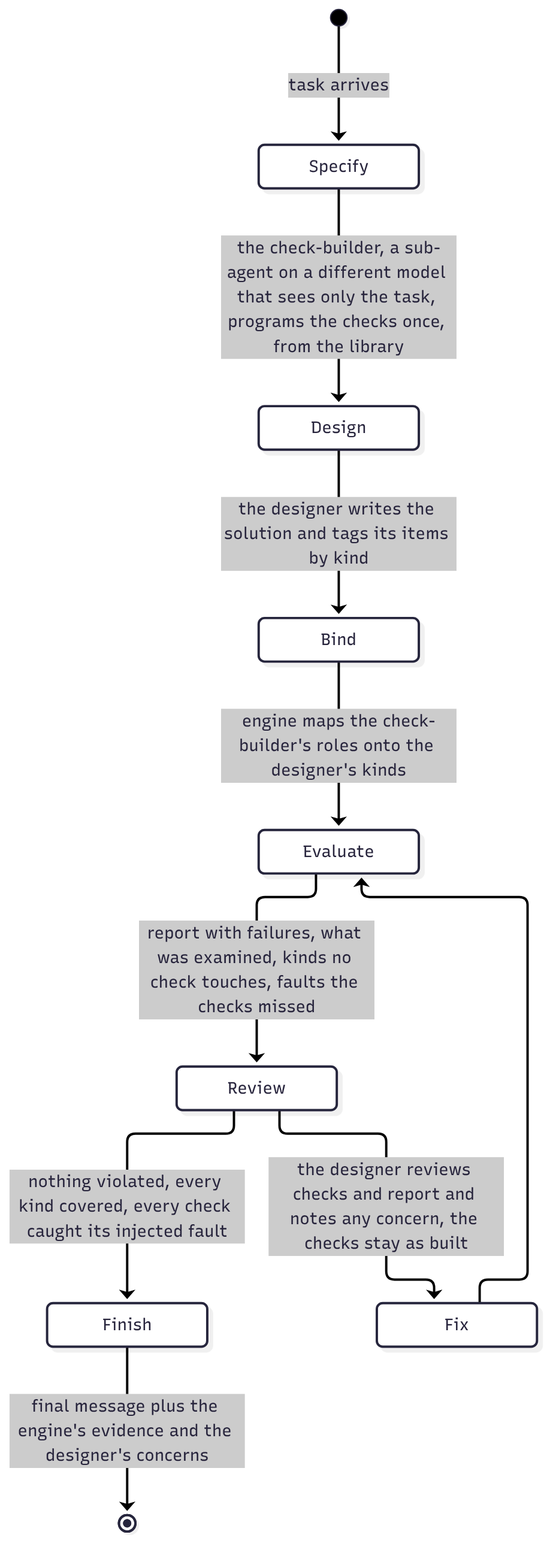
Above: docs/figures/fig4-structured-workflow.png in SophusRosendahl/ple-submission (Mermaid), before the change. Its source is kept beside it as docs/figures/fig4-structured-workflow.mmd.
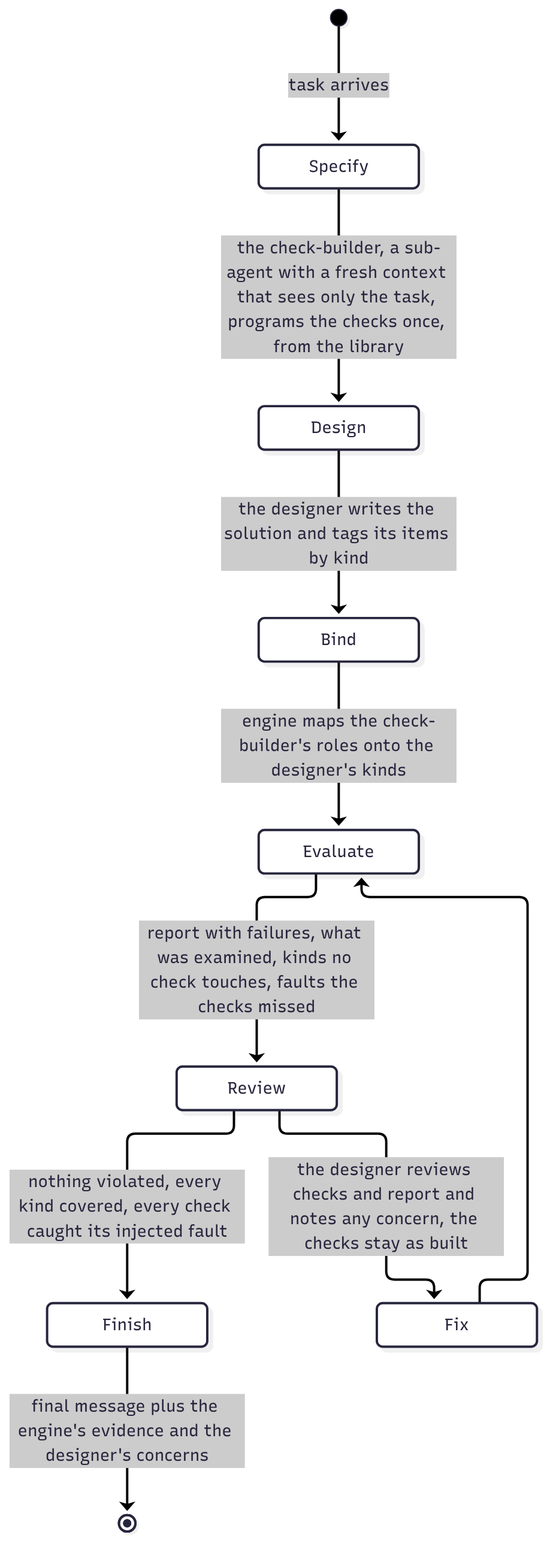
After the change.

Commit message:
Rung 3: the check-builder runs on the declared model with a fresh context (a different model cannot be forced)

Change to the diagram source:
```diff
@@ -1,6 +1,6 @@
 stateDiagram-v2
   [*] --> Specify: task arrives
-  Specify --> Design: the check-builder, a sub-agent on a different model that sees only the task, programs the checks once, from the library
+  Specify --> Design: the check-builder, a sub-agent with a fresh context that sees only the task, programs the checks once, from the library
   Design --> Bind: the designer writes the solution and tags its items by kind
   Bind --> Evaluate: engine maps the check-builder's roles onto the designer's kinds
   Evaluate --> Review: report with failures, what was examined, kinds no check touches, faults the checks missed
```
